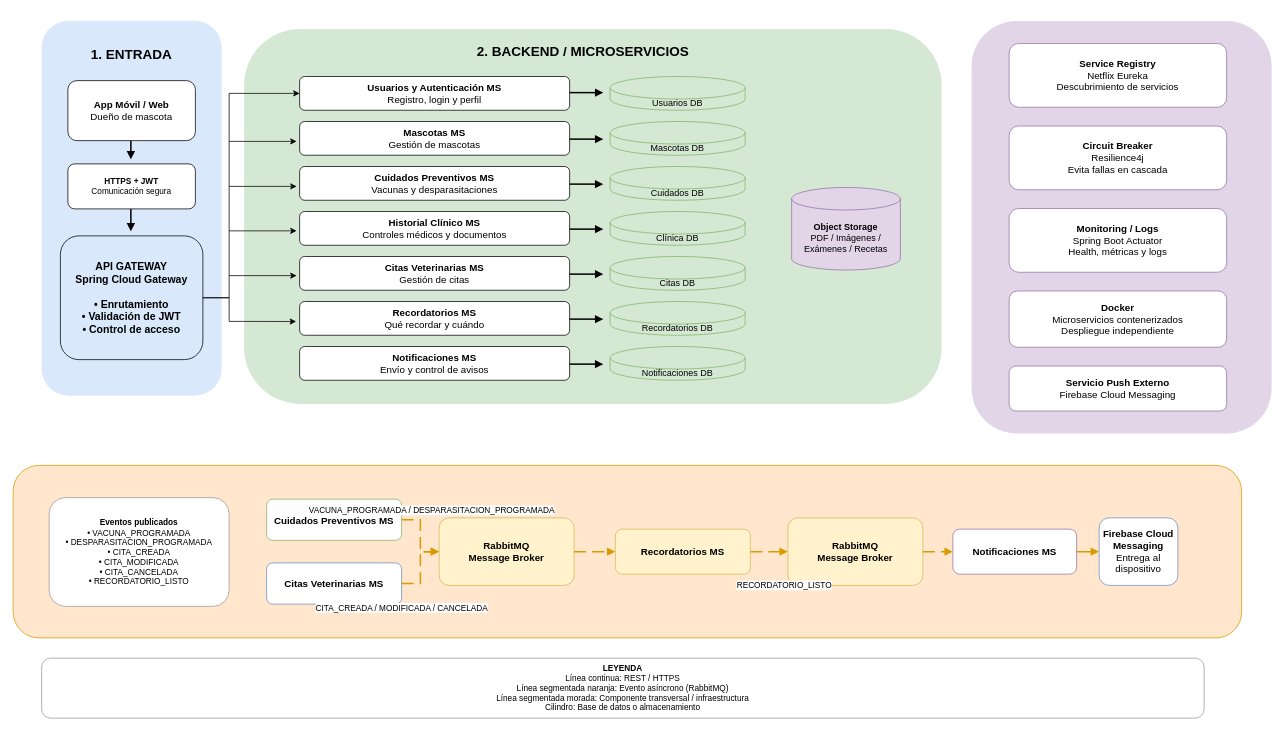
This is registroMascotas/anexos/diagrama-arquitectura.drawio from bradanovich/registroMascotas, a draw.io file, before an edit. Source tidied: cells renumbered, new cells numbered last; positions are measured from the earlier drawing's top-left corner, leaving out a move shared by most shapes. Both pictures are drawn from the tidied source at 75%, with x=0, y=0 at pixel (13, 20).
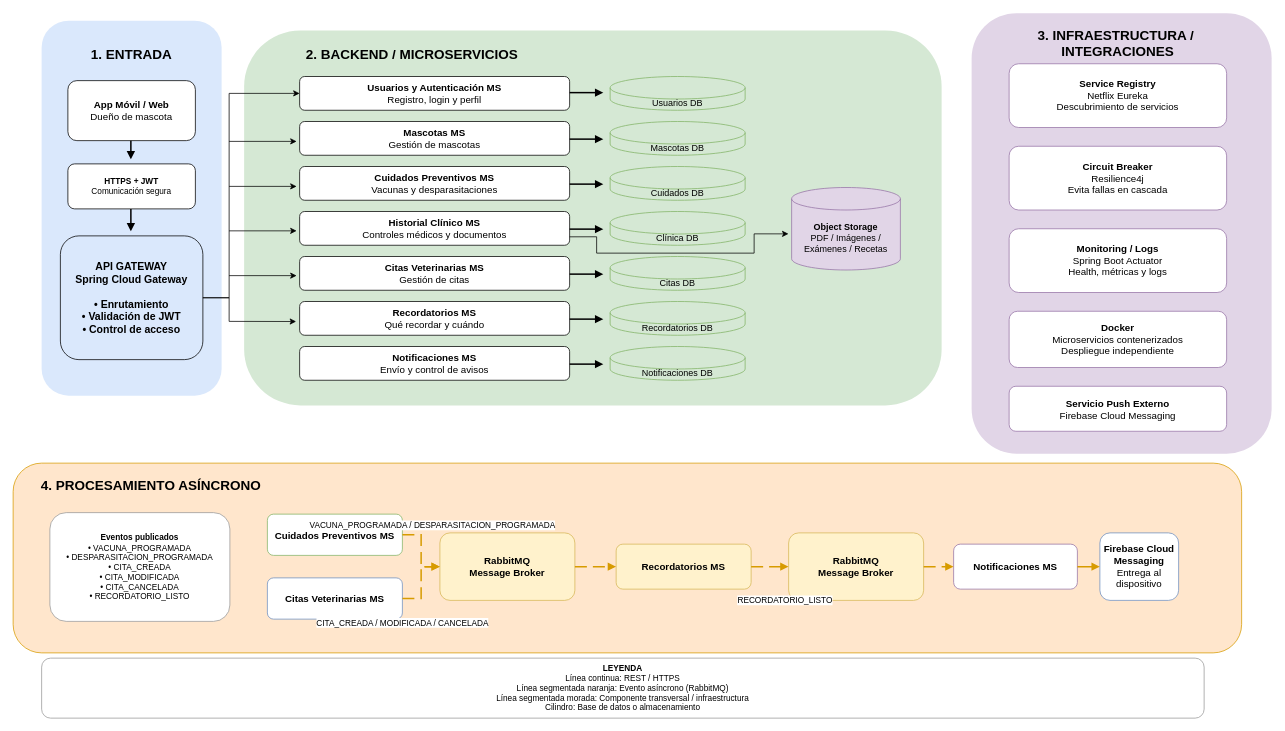
The same page after the edit.

The change refers to these unchanged cells:
```xml
<mxCell id="28" value="&lt;b&gt;Historial Clínico MS&lt;/b&gt;&lt;br/&gt;Controles médicos y documentos" style="rounded=1;whiteSpace=wrap;html=1;fillColor=#ffffff;strokeColor=#000000;fontSize=13;" parent="1" vertex="1">
  <mxGeometry x="382" y="254.5" width="360" height="45" as="geometry" />
</mxCell>
<mxCell id="39" value="&lt;b&gt;Object Storage&lt;/b&gt;&lt;br/&gt;PDF / Imágenes / Exámenes / Recetas" style="shape=cylinder3;whiteSpace=wrap;html=1;boundedLbl=1;backgroundOutline=1;size=15;fillColor=#e1d5e7;strokeColor=#9673a6;fontSize=12;" parent="1" vertex="1">
  <mxGeometry x="1038" y="222.5" width="145" height="110" as="geometry" />
</mxCell>
```

Diff of the diagram source:
```diff
@@
     <mxCell id="2" value="&lt;br&gt;&lt;div&gt;&lt;br&gt;&lt;/div&gt;" style="rounded=1;whiteSpace=wrap;html=1;fillColor=#ffe6cc;strokeColor=#d79b00;fontStyle=1;fontSize=18;" parent="1" vertex="1">
-      <mxGeometry y="593" width="1638" height="230" as="geometry" />
+      <mxGeometry y="590" width="1638" height="253" as="geometry" />
     </mxCell>
     <mxCell id="3" value="&lt;b&gt;Cuidados Preventivos MS&lt;/b&gt;" style="rounded=1;whiteSpace=wrap;html=1;fillColor=#ffffff;strokeColor=#82b366;fontSize=13;" parent="1" vertex="1">
-      <mxGeometry x="338" y="638" width="180" height="55" as="geometry" />
+      <mxGeometry x="339" y="658" width="180" height="55" as="geometry" />
     </mxCell>
     <mxCell id="4" value="&lt;b&gt;Citas Veterinarias MS&lt;/b&gt;" style="rounded=1;whiteSpace=wrap;html=1;fillColor=#ffffff;strokeColor=#6c8ebf;fontSize=13;" parent="1" vertex="1">
-      <mxGeometry x="338" y="723" width="180" height="55" as="geometry" />
+      <mxGeometry x="339" y="743" width="180" height="55" as="geometry" />
     </mxCell>
     <mxCell id="5" value="&lt;b&gt;RabbitMQ&lt;/b&gt;&lt;br/&gt;Message Broker" style="rounded=1;whiteSpace=wrap;html=1;fillColor=#fff2cc;strokeColor=#d6b656;fontStyle=1;fontSize=13;" parent="1" vertex="1">
-      <mxGeometry x="568" y="663" width="180" height="90" as="geometry" />
+      <mxGeometry x="569" y="683" width="180" height="90" as="geometry" />
     </mxCell>
     <mxCell id="6" value="&lt;b&gt;Recordatorios MS&lt;/b&gt;" style="rounded=1;whiteSpace=wrap;html=1;fillColor=#fff2cc;strokeColor=#d6b656;fontStyle=1;fontSize=13;" parent="1" vertex="1">
-      <mxGeometry x="803" y="678" width="180" height="60" as="geometry" />
+      <mxGeometry x="804" y="698" width="180" height="60" as="geometry" />
     </mxCell>
     <mxCell id="7" value="&lt;b&gt;RabbitMQ&lt;/b&gt;&lt;br/&gt;Message Broker" style="rounded=1;whiteSpace=wrap;html=1;fillColor=#fff2cc;strokeColor=#d6b656;fontStyle=1;fontSize=13;" parent="1" vertex="1">
-      <mxGeometry x="1033" y="663" width="180" height="90" as="geometry" />
+      <mxGeometry x="1034" y="683" width="180" height="90" as="geometry" />
     </mxCell>
     <mxCell id="8" value="&lt;b&gt;Notificaciones MS&lt;/b&gt;" style="rounded=1;whiteSpace=wrap;html=1;fillColor=#ffffff;strokeColor=#9673a6;fontSize=13;" parent="1" vertex="1">
-      <mxGeometry x="1253" y="678" width="165" height="60" as="geometry" />
+      <mxGeometry x="1254" y="698" width="165" height="60" as="geometry" />
     </mxCell>
     <mxCell id="9" value="&lt;b&gt;Firebase Cloud Messaging&lt;/b&gt;&lt;br/&gt;Entrega al dispositivo" style="rounded=1;whiteSpace=wrap;html=1;fillColor=#ffffff;strokeColor=#6c8ebf;fontSize=13;" parent="1" vertex="1">
-      <mxGeometry x="1448" y="663" width="105" height="90" as="geometry" />
+      <mxGeometry x="1449" y="683" width="105" height="90" as="geometry" />
     </mxCell>
@@
     <mxCell id="16" value="&lt;b&gt;Eventos publicados&lt;/b&gt;&lt;br/&gt;• VACUNA_PROGRAMADA&lt;br/&gt;• DESPARASITACION_PROGRAMADA&lt;br/&gt;• CITA_CREADA&lt;br/&gt;• CITA_MODIFICADA&lt;br/&gt;• CITA_CANCELADA&lt;br/&gt;• RECORDATORIO_LISTO" style="rounded=1;whiteSpace=wrap;html=1;fillColor=#ffffff;strokeColor=#999999;fontSize=11;" parent="1" vertex="1">
-      <mxGeometry x="48" y="636" width="240" height="145" as="geometry" />
+      <mxGeometry x="49" y="656" width="240" height="145" as="geometry" />
     </mxCell>
@@
     <mxCell id="24" style="rounded=1;whiteSpace=wrap;html=1;fillColor=#d5e8d4;strokeColor=none;fontStyle=1;fontSize=18;" parent="1" vertex="1">
-      <mxGeometry x="308" y="11" width="930" height="500" as="geometry" />
+      <mxGeometry x="308" y="13" width="930" height="500" as="geometry" />
     </mxCell>
@@
     <mxCell id="40" style="rounded=1;whiteSpace=wrap;html=1;fillColor=#e1d5e7;strokeColor=none;fontStyle=1;fontSize=18;" parent="1" vertex="1">
-      <mxGeometry x="1278" y="0.5" width="400" height="550" as="geometry" />
+      <mxGeometry x="1278" y="-10" width="400" height="587.5" as="geometry" />
     </mxCell>
     <mxCell id="41" value="&lt;b&gt;Service Registry&lt;/b&gt;&lt;br/&gt;Netflix Eureka&lt;br/&gt;Descubrimiento de servicios" style="rounded=1;whiteSpace=wrap;html=1;fillColor=#ffffff;strokeColor=#9673a6;fontSize=13;" parent="1" vertex="1">
-      <mxGeometry x="1328" y="30.5" width="290" height="85" as="geometry" />
+      <mxGeometry x="1328" y="57.5" width="290" height="85" as="geometry" />
     </mxCell>
     <mxCell id="42" value="&lt;b&gt;Circuit Breaker&lt;/b&gt;&lt;br/&gt;Resilience4j&lt;br/&gt;Evita fallas en cascada" style="rounded=1;whiteSpace=wrap;html=1;fillColor=#ffffff;strokeColor=#9673a6;fontSize=13;" parent="1" vertex="1">
-      <mxGeometry x="1328" y="140.5" width="290" height="85" as="geometry" />
+      <mxGeometry x="1328" y="167.5" width="290" height="85" as="geometry" />
     </mxCell>
     <mxCell id="43" value="&lt;b&gt;Monitoring / Logs&lt;/b&gt;&lt;br/&gt;Spring Boot Actuator&lt;br/&gt;Health, métricas y logs" style="rounded=1;whiteSpace=wrap;html=1;fillColor=#ffffff;strokeColor=#9673a6;fontSize=13;" parent="1" vertex="1">
-      <mxGeometry x="1328" y="250.5" width="290" height="85" as="geometry" />
+      <mxGeometry x="1328" y="277.5" width="290" height="85" as="geometry" />
     </mxCell>
     <mxCell id="44" value="&lt;b&gt;Docker&lt;/b&gt;&lt;br/&gt;Microservicios contenerizados&lt;br/&gt;Despliegue independiente" style="rounded=1;whiteSpace=wrap;html=1;fillColor=#ffffff;strokeColor=#9673a6;fontSize=13;" parent="1" vertex="1">
-      <mxGeometry x="1328" y="360.5" width="290" height="75" as="geometry" />
+      <mxGeometry x="1328" y="387.5" width="290" height="75" as="geometry" />
     </mxCell>
     <mxCell id="45" value="&lt;b&gt;Servicio Push Externo&lt;/b&gt;&lt;br/&gt;Firebase Cloud Messaging" style="rounded=1;whiteSpace=wrap;html=1;fillColor=#ffffff;strokeColor=#9673a6;fontSize=13;" parent="1" vertex="1">
-      <mxGeometry x="1328" y="460.5" width="290" height="60" as="geometry" />
+      <mxGeometry x="1328" y="487.5" width="290" height="60" as="geometry" />
     </mxCell>
@@
     <mxCell id="54" value="2. BACKEND / MICROSERVICIOS" style="text;html=1;whiteSpace=wrap;strokeColor=none;fillColor=none;align=center;verticalAlign=middle;rounded=0;fontSize=18;fontStyle=1;" parent="1" vertex="1">
-      <mxGeometry x="610" y="21" width="300" height="40" as="geometry" />
+      <mxGeometry x="382" y="26" width="300" height="40" as="geometry" />
     </mxCell>
@@
+    <mxCell id="61" style="endArrow=classic;html=1;rounded=0;exitX=1;exitY=0.75;exitDx=0;exitDy=0;entryX=-0.029;entryY=0.562;entryDx=0;entryDy=0;entryPerimeter=0;" parent="1" edge="1" source="28" target="39">
+      <mxGeometry relative="1" as="geometry">
+        <Array as="points">
+          <mxPoint x="778" y="288.2" />
+          <mxPoint x="778" y="310" />
+          <mxPoint x="988" y="310" />
+          <mxPoint x="988" y="284.3" />
+        </Array>
+      </mxGeometry>
+    </mxCell>
+    <mxCell id="62" value="3. INFRAESTRUCTURA /&amp;nbsp;&lt;div&gt;INTEGRACIONES&lt;/div&gt;" style="text;html=1;whiteSpace=wrap;strokeColor=none;fillColor=none;align=center;verticalAlign=middle;rounded=0;fontSize=18;fontStyle=1;" parent="1" vertex="1">
+      <mxGeometry x="1358" y="1" width="230" height="60" as="geometry" />
+    </mxCell>
+    <mxCell id="63" value="4. PROCESAMIENTO ASÍNCRONO" style="text;html=1;whiteSpace=wrap;strokeColor=none;fillColor=none;align=center;verticalAlign=middle;rounded=0;fontSize=18;fontStyle=1;" parent="1" vertex="1">
+      <mxGeometry x="29" y="600" width="310" height="40" as="geometry" />
+    </mxCell>
```
